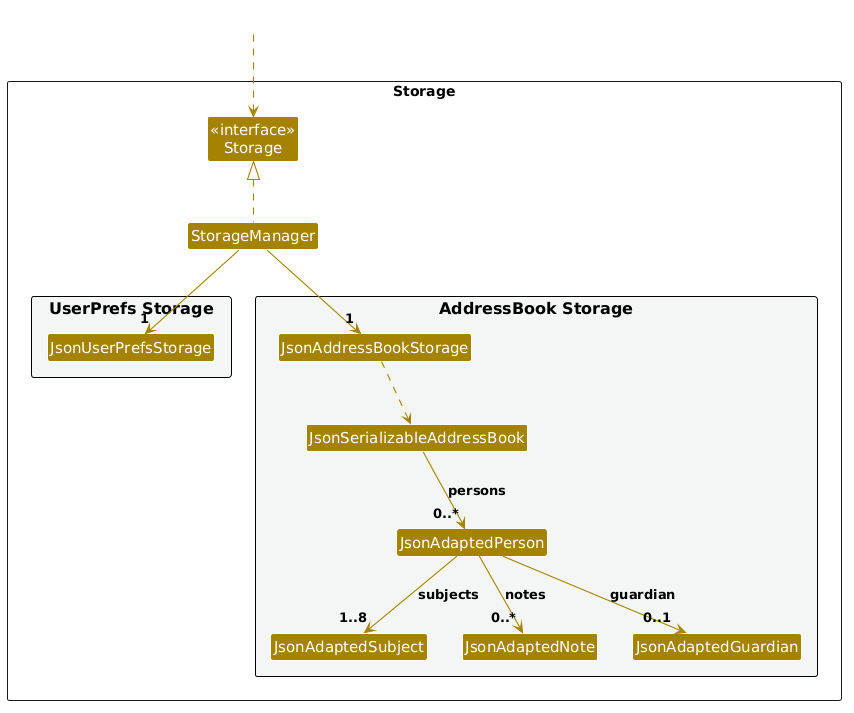
The PlantUML diagram docs/images/StorageClassDiagram.png in AY2627S1-CS2103T-T09-1/tp, before a commit. The source it was exported from:
```plantuml
@startuml



!define UI_COLOR #1D8900
!define UI_COLOR_T1 #83E769
!define UI_COLOR_T2 #3FC71B
!define UI_COLOR_T3 #166800
!define UI_COLOR_T4 #0E4100

!define LOGIC_COLOR #3333C4
!define LOGIC_COLOR_T1 #C8C8FA
!define LOGIC_COLOR_T2 #6A6ADC
!define LOGIC_COLOR_T3 #1616B0
!define LOGIC_COLOR_T4 #101086

!define MODEL_COLOR #9D0012
!define MODEL_COLOR_T1 #F97181
!define MODEL_COLOR_T2 #E41F36
!define MODEL_COLOR_T3 #7B000E
!define MODEL_COLOR_T4 #51000A

!define STORAGE_COLOR #A38300
!define STORAGE_COLOR_T1 #FFE374
!define STORAGE_COLOR_T2 #EDC520
!define STORAGE_COLOR_T3 #806600
!define STORAGE_COLOR_T2 #544400

!define USER_COLOR #000000

skinparam Package {
    BackgroundColor #FFFFFF
    BorderThickness 1
    FontSize 16
}

skinparam Class {
    FontColor #FFFFFF
    FontSize 15
    BorderThickness 1
    BorderColor #FFFFFF
    StereotypeFontColor #FFFFFF
    FontName Arial
}

skinparam Actor {
    BorderColor USER_COLOR
    Color USER_COLOR
    FontName Arial
}

skinparam Sequence {
    MessageAlign center
    BoxFontSize 15
    BoxPadding 0
    BoxFontColor #FFFFFF
    FontName Arial
}

skinparam Participant {
    FontColor #FFFFFFF
    Padding 20
}

skinparam ArrowFontStyle bold
skinparam MinClassWidth 50
skinparam Shadowing false
skinparam DefaultTextAlignment center
skinparam packageStyle Rectangle

hide footbox
hide members
hide circle

skinparam arrowThickness 1.1
skinparam arrowColor STORAGE_COLOR
skinparam classBackgroundColor STORAGE_COLOR

package Storage as StoragePackage {

Class "<<interface>>\nStorage" as Storage
Class StorageManager

package "UserPrefs Storage" #F4F6F6{
Class JsonUserPrefsStorage
}

package "AddressBook Storage" #F4F6F6{
Class JsonAddressBookStorage
Class JsonSerializableAddressBook
Class JsonAdaptedPerson
Class JsonAdaptedSubject
Class JsonAdaptedNote
Class JsonAdaptedGuardian
}

}

Class HiddenOutside #FFFFFF
HiddenOutside ..> Storage

StorageManager .up.|> Storage
StorageManager -down-> "1" JsonUserPrefsStorage
StorageManager -down-> "1" JsonAddressBookStorage

JsonAddressBookStorage ..> JsonSerializableAddressBook
JsonSerializableAddressBook --> "0..*" JsonAdaptedPerson : persons
JsonAdaptedPerson --> "1..8" JsonAdaptedSubject : subjects
JsonAdaptedPerson --> "0..*" JsonAdaptedNote : notes
JsonAdaptedPerson --> "0..1" JsonAdaptedGuardian : guardian
@enduml
```
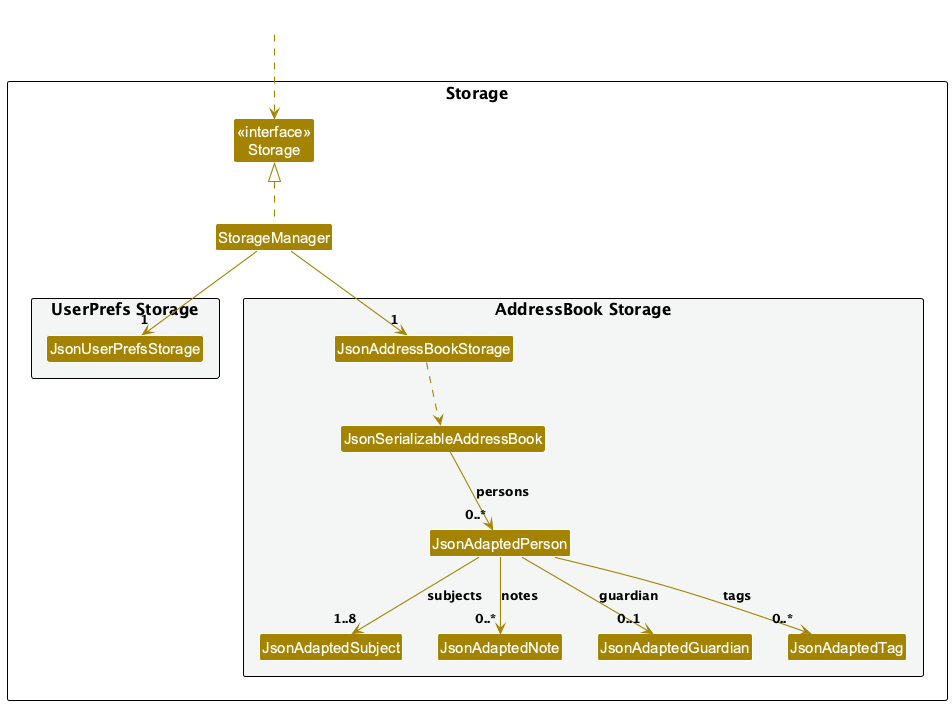
After the change.

Commit message:
Document student tags

Change to the diagram source:
```diff
@@ -1,77 +1,5 @@
 @startuml
-
-
-
-!define UI_COLOR #1D8900
-!define UI_COLOR_T1 #83E769
-!define UI_COLOR_T2 #3FC71B
-!define UI_COLOR_T3 #166800
-!define UI_COLOR_T4 #0E4100
-
-!define LOGIC_COLOR #3333C4
-!define LOGIC_COLOR_T1 #C8C8FA
-!define LOGIC_COLOR_T2 #6A6ADC
-!define LOGIC_COLOR_T3 #1616B0
-!define LOGIC_COLOR_T4 #101086
-
-!define MODEL_COLOR #9D0012
-!define MODEL_COLOR_T1 #F97181
-!define MODEL_COLOR_T2 #E41F36
-!define MODEL_COLOR_T3 #7B000E
-!define MODEL_COLOR_T4 #51000A
-
-!define STORAGE_COLOR #A38300
-!define STORAGE_COLOR_T1 #FFE374
-!define STORAGE_COLOR_T2 #EDC520
-!define STORAGE_COLOR_T3 #806600
-!define STORAGE_COLOR_T2 #544400
-
-!define USER_COLOR #000000
-
-skinparam Package {
-    BackgroundColor #FFFFFF
-    BorderThickness 1
-    FontSize 16
-}
-
-skinparam Class {
-    FontColor #FFFFFF
-    FontSize 15
-    BorderThickness 1
-    BorderColor #FFFFFF
-    StereotypeFontColor #FFFFFF
-    FontName Arial
-}
-
-skinparam Actor {
-    BorderColor USER_COLOR
-    Color USER_COLOR
-    FontName Arial
-}
-
-skinparam Sequence {
-    MessageAlign center
-    BoxFontSize 15
-    BoxPadding 0
-    BoxFontColor #FFFFFF
-    FontName Arial
-}
-
-skinparam Participant {
-    FontColor #FFFFFFF
-    Padding 20
-}
-
-skinparam ArrowFontStyle bold
-skinparam MinClassWidth 50
-skinparam Shadowing false
-skinparam DefaultTextAlignment center
-skinparam packageStyle Rectangle
-
-hide footbox
-hide members
-hide circle
-
+!include style.puml
 skinparam arrowThickness 1.1
 skinparam arrowColor STORAGE_COLOR
 skinparam classBackgroundColor STORAGE_COLOR
@@ -92,6 +20,7 @@
 Class JsonAdaptedSubject
 Class JsonAdaptedNote
 Class JsonAdaptedGuardian
+Class JsonAdaptedTag
 }
 
 }
@@ -108,4 +37,6 @@
 JsonAdaptedPerson --> "1..8" JsonAdaptedSubject : subjects
 JsonAdaptedPerson --> "0..*" JsonAdaptedNote : notes
 JsonAdaptedPerson --> "0..1" JsonAdaptedGuardian : guardian
+JsonAdaptedPerson --> "0..*" JsonAdaptedTag : tags
+
 @enduml
```
